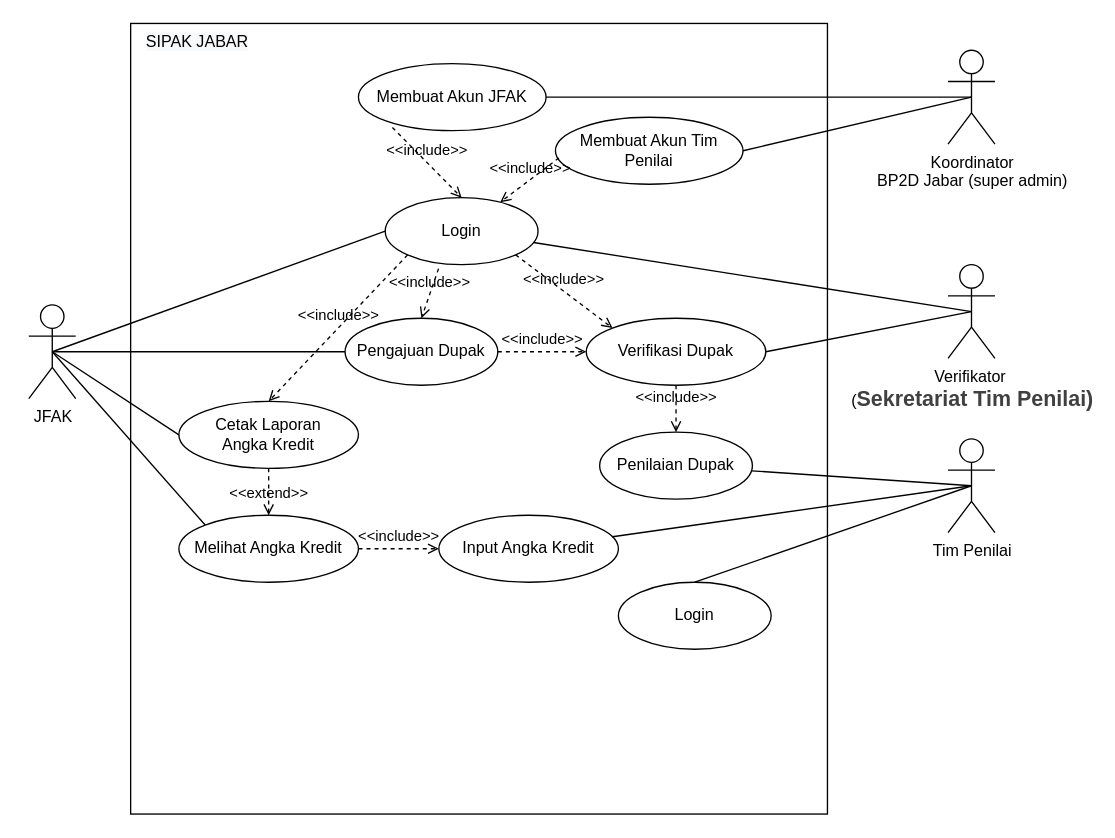
Before: Analis/Diagram/Untitled Diagram.drawio in rafifauzi/SIPAK, a draw.io diagram. Source tidied: cells renumbered, new cells numbered last; positions are measured from the earlier drawing's top-left corner, leaving out a move shared by most shapes. Both pictures are drawn from the tidied source at 134%, with x=0, y=0 at pixel (28, 23).
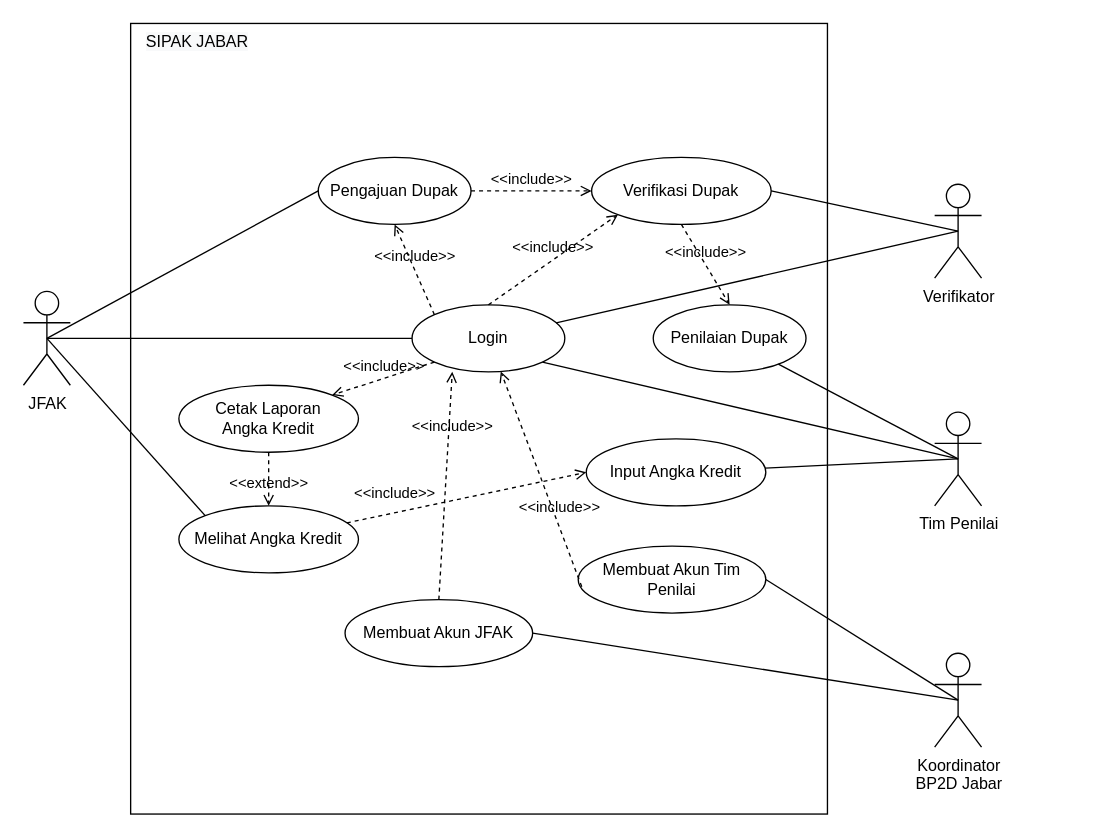
After the change.

The change refers to these unchanged cells:
```xml
<mxCell id="2" style="rounded=0;whiteSpace=wrap;html=1;" parent="1" vertex="1">
  <mxGeometry x="76" width="520" height="590" as="geometry" />
</mxCell>
```

The edit, as a diff of the source:
```diff
@@
     <mxCell id="3" value="Pengajuan Dupak" style="ellipse;whiteSpace=wrap;html=1;" parent="2" vertex="1">
-      <mxGeometry x="160" y="220" width="114" height="50" as="geometry" />
+      <mxGeometry x="140" y="100" width="114" height="50" as="geometry" />
     </mxCell>
     <mxCell id="4" value="Membuat Akun Tim Penilai" style="ellipse;whiteSpace=wrap;html=1;" parent="2" vertex="1">
-      <mxGeometry x="317" y="70" width="140" height="50" as="geometry" />
+      <mxGeometry x="334" y="390" width="140" height="50" as="geometry" />
     </mxCell>
     <mxCell id="5" value="Verifikasi Dupak" style="ellipse;whiteSpace=wrap;html=1;" parent="2" vertex="1">
-      <mxGeometry x="340" y="220" width="134" height="50" as="geometry" />
+      <mxGeometry x="344" y="100" width="134" height="50" as="geometry" />
     </mxCell>
@@
     <mxCell id="7" value="Penilaian Dupak" style="ellipse;whiteSpace=wrap;html=1;" parent="2" vertex="1">
-      <mxGeometry x="350" y="305" width="114" height="50" as="geometry" />
+      <mxGeometry x="390" y="210" width="114" height="50" as="geometry" />
     </mxCell>
@@
     <mxCell id="9" value="Login" style="ellipse;whiteSpace=wrap;html=1;" parent="2" vertex="1">
-      <mxGeometry x="190" y="130" width="114" height="50" as="geometry" />
+      <mxGeometry x="210" y="210" width="114" height="50" as="geometry" />
     </mxCell>
     <mxCell id="10" value="&amp;lt;&amp;lt;include&amp;gt;&amp;gt;" style="html=1;verticalAlign=bottom;labelBackgroundColor=none;endArrow=open;endFill=0;dashed=1;rounded=0;exitX=0.019;exitY=0.607;exitDx=0;exitDy=0;exitPerimeter=0;" parent="2" edge="1" source="4" target="9">
-      <mxGeometry relative="1" as="geometry" />
+      <mxGeometry x="-0.38" y="-2" relative="1" as="geometry" />
     </mxCell>
-    <mxCell id="11" value="&amp;lt;&amp;lt;include&amp;gt;&amp;gt;" style="html=1;verticalAlign=bottom;labelBackgroundColor=none;endArrow=open;endFill=0;dashed=1;rounded=0;entryX=0.5;entryY=0;entryDx=0;entryDy=0;exitX=0.349;exitY=1.059;exitDx=0;exitDy=0;exitPerimeter=0;" parent="2" edge="1" source="9" target="3">
+    <mxCell id="11" value="&amp;lt;&amp;lt;include&amp;gt;&amp;gt;" style="html=1;verticalAlign=bottom;labelBackgroundColor=none;endArrow=open;endFill=0;dashed=1;rounded=0;entryX=0.5;entryY=1;entryDx=0;entryDy=0;exitX=0;exitY=0;exitDx=0;exitDy=0;" parent="2" edge="1" source="9" target="3">
       <mxGeometry relative="1" as="geometry" />
     </mxCell>
-    <mxCell id="12" value="&amp;lt;&amp;lt;include&amp;gt;&amp;gt;" style="html=1;verticalAlign=bottom;labelBackgroundColor=none;endArrow=open;endFill=0;dashed=1;rounded=0;entryX=0;entryY=0;entryDx=0;entryDy=0;exitX=1;exitY=1;exitDx=0;exitDy=0;" parent="2" edge="1" source="9" target="5">
+    <mxCell id="12" value="&amp;lt;&amp;lt;include&amp;gt;&amp;gt;" style="html=1;verticalAlign=bottom;labelBackgroundColor=none;endArrow=open;endFill=0;dashed=1;rounded=0;entryX=0;entryY=1;entryDx=0;entryDy=0;exitX=0.5;exitY=0;exitDx=0;exitDy=0;" parent="2" edge="1" source="9" target="5">
       <mxGeometry relative="1" as="geometry" />
     </mxCell>
     <mxCell id="13" value="Input Angka Kredit" style="ellipse;whiteSpace=wrap;html=1;" parent="2" vertex="1">
-      <mxGeometry x="230" y="367" width="134" height="50" as="geometry" />
+      <mxGeometry x="340" y="310" width="134" height="50" as="geometry" />
     </mxCell>
     <mxCell id="14" value="Membuat Akun JFAK" style="ellipse;whiteSpace=wrap;html=1;" parent="2" vertex="1">
-      <mxGeometry x="170" y="30" width="140" height="50" as="geometry" />
+      <mxGeometry x="160" y="430" width="140" height="50" as="geometry" />
     </mxCell>
-    <mxCell id="15" value="&amp;lt;&amp;lt;include&amp;gt;&amp;gt;" style="html=1;verticalAlign=bottom;labelBackgroundColor=none;endArrow=open;endFill=0;dashed=1;rounded=0;exitX=0.181;exitY=0.952;exitDx=0;exitDy=0;entryX=0.5;entryY=0;entryDx=0;entryDy=0;exitPerimeter=0;" parent="2" edge="1" source="14" target="9">
-      <mxGeometry relative="1" as="geometry" />
+    <mxCell id="15" value="&amp;lt;&amp;lt;include&amp;gt;&amp;gt;" style="html=1;verticalAlign=bottom;labelBackgroundColor=none;endArrow=open;endFill=0;dashed=1;rounded=0;exitX=0.5;exitY=0;exitDx=0;exitDy=0;" parent="2" edge="1" source="14">
+      <mxGeometry x="0.41" y="-3" relative="1" as="geometry">
+        <mxPoint x="240" y="260" as="targetPoint" />
+      </mxGeometry>
     </mxCell>
-    <mxCell id="16" value="Login" style="ellipse;whiteSpace=wrap;html=1;" parent="2" vertex="1">
-      <mxGeometry x="364" y="417" width="114" height="50" as="geometry" />
-    </mxCell>
-    <mxCell id="17" value="&amp;lt;&amp;lt;include&amp;gt;&amp;gt;" style="html=1;verticalAlign=bottom;labelBackgroundColor=none;endArrow=open;endFill=0;dashed=1;rounded=0;entryX=0.5;entryY=0;entryDx=0;entryDy=0;exitX=0;exitY=1;exitDx=0;exitDy=0;" parent="2" edge="1" source="9" target="18">
+    <mxCell id="17" value="&amp;lt;&amp;lt;include&amp;gt;&amp;gt;" style="html=1;verticalAlign=bottom;labelBackgroundColor=none;endArrow=open;endFill=0;dashed=1;rounded=0;entryX=1;entryY=0;entryDx=0;entryDy=0;exitX=0;exitY=1;exitDx=0;exitDy=0;" parent="2" edge="1" source="9" target="18">
       <mxGeometry relative="1" as="geometry" />
     </mxCell>
     <mxCell id="18" value="Cetak Laporan&lt;br&gt;Angka Kredit" style="ellipse;whiteSpace=wrap;html=1;" parent="2" vertex="1">
-      <mxGeometry x="36" y="282" width="134" height="50" as="geometry" />
+      <mxGeometry x="36" y="270" width="134" height="50" as="geometry" />
     </mxCell>
     <mxCell id="19" value="Melihat Angka Kredit" style="ellipse;whiteSpace=wrap;html=1;" parent="2" vertex="1">
-      <mxGeometry x="36" y="367" width="134" height="50" as="geometry" />
+      <mxGeometry x="36" y="360" width="134" height="50" as="geometry" />
     </mxCell>
@@
     <mxCell id="21" value="&amp;lt;&amp;lt;include&amp;gt;&amp;gt;" style="html=1;verticalAlign=bottom;labelBackgroundColor=none;endArrow=open;endFill=0;dashed=1;rounded=0;entryX=0;entryY=0.5;entryDx=0;entryDy=0;" parent="2" edge="1" source="19" target="13">
-      <mxGeometry relative="1" as="geometry" />
+      <mxGeometry x="-0.58" y="5" relative="1" as="geometry" />
     </mxCell>
@@
     <mxCell id="23" value="JFAK" style="shape=umlActor;verticalLabelPosition=bottom;verticalAlign=top;html=1;outlineConnect=0;" parent="1" vertex="1">
-      <mxGeometry y="210" width="35" height="70" as="geometry" />
+      <mxGeometry x="-4" y="200" width="35" height="70" as="geometry" />
     </mxCell>
     <mxCell id="24" value="Tim Penilai" style="shape=umlActor;verticalLabelPosition=bottom;verticalAlign=top;html=1;outlineConnect=0;" parent="1" vertex="1">
-      <mxGeometry x="686" y="310" width="35" height="70" as="geometry" />
+      <mxGeometry x="676" y="290" width="35" height="70" as="geometry" />
     </mxCell>
-    <mxCell id="25" value="Koordinator&lt;br&gt;BP2D Jabar (super admin)" style="shape=umlActor;verticalLabelPosition=bottom;verticalAlign=top;html=1;outlineConnect=0;" parent="1" vertex="1">
-      <mxGeometry x="686" y="20" width="35" height="70" as="geometry" />
+    <mxCell id="25" value="Koordinator&lt;br&gt;BP2D Jabar" style="shape=umlActor;verticalLabelPosition=bottom;verticalAlign=top;html=1;outlineConnect=0;" parent="1" vertex="1">
+      <mxGeometry x="676" y="470" width="35" height="70" as="geometry" />
     </mxCell>
@@
-    <mxCell id="30" value="Verifikator&amp;nbsp;&lt;br&gt;(&lt;span style=&quot;text-indent: 0in ; font-size: 12pt ; font-family: &amp;#34;calibri&amp;#34; ; color: rgb(64 , 64 , 64) ; letter-spacing: 0pt ; font-weight: bold ; vertical-align: baseline&quot;&gt;Sekretariat&lt;/span&gt;&lt;span style=&quot;text-indent: 0in ; font-size: 12pt ; font-family: &amp;#34;calibri&amp;#34; ; color: rgb(64 , 64 , 64) ; letter-spacing: 0pt ; font-weight: bold ; vertical-align: baseline&quot;&gt; Tim &lt;/span&gt;&lt;span style=&quot;text-indent: 0in ; font-size: 12pt ; font-family: &amp;#34;calibri&amp;#34; ; color: rgb(64 , 64 , 64) ; letter-spacing: 0pt ; font-weight: bold ; vertical-align: baseline&quot;&gt;Penilai)&lt;/span&gt;" style="shape=umlActor;verticalLabelPosition=bottom;verticalAlign=top;html=1;outlineConnect=0;" parent="1" vertex="1">
-      <mxGeometry x="686" y="180" width="35" height="70" as="geometry" />
+    <mxCell id="30" value="Verifikator" style="shape=umlActor;verticalLabelPosition=bottom;verticalAlign=top;html=1;outlineConnect=0;" parent="1" vertex="1">
+      <mxGeometry x="676" y="120" width="35" height="70" as="geometry" />
     </mxCell>
@@
-    <mxCell id="36" style="endArrow=none;html=1;rounded=0;exitX=0.5;exitY=0.5;exitDx=0;exitDy=0;exitPerimeter=0;entryX=0.5;entryY=0;entryDx=0;entryDy=0;" parent="1" edge="1" source="24" target="16">
+    <mxCell id="36" style="endArrow=none;html=1;rounded=0;exitX=0.5;exitY=0.5;exitDx=0;exitDy=0;exitPerimeter=0;entryX=1;entryY=1;entryDx=0;entryDy=0;" parent="1" edge="1" source="24" target="9">
       <mxGeometry relative="1" as="geometry" />
     </mxCell>
-    <mxCell id="37" style="endArrow=none;html=1;rounded=0;exitX=0;exitY=0.5;exitDx=0;exitDy=0;entryX=0.5;entryY=0.5;entryDx=0;entryDy=0;entryPerimeter=0;" parent="1" edge="1" source="18" target="23">
-      <mxGeometry relative="1" as="geometry" />
-    </mxCell>
```
